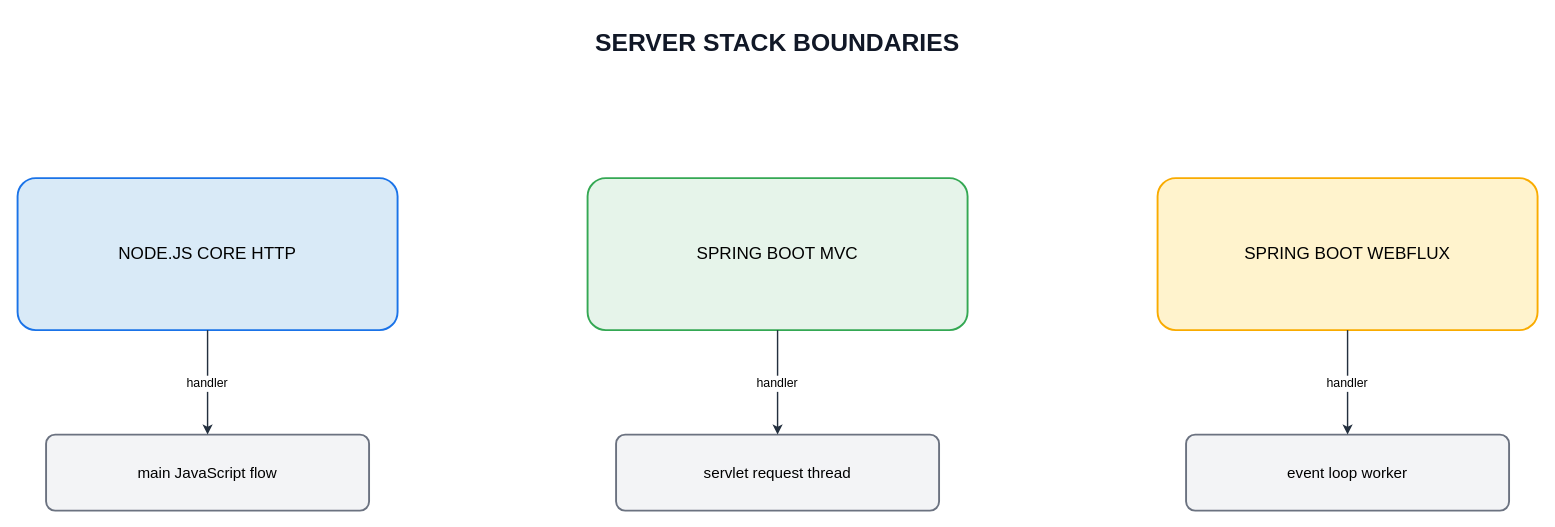
Before: assets/img/server/nodejs-spring-server-stacks.drawio in KKamJi98/kkamji98.github.io, a draw.io diagram. Source tidied: cells renumbered, new cells numbered last; positions are measured from the earlier drawing's top-left corner, leaving out a move shared by most shapes. Both pictures are drawn from the tidied source at 95%, with x=0, y=0 at pixel (17, 16).
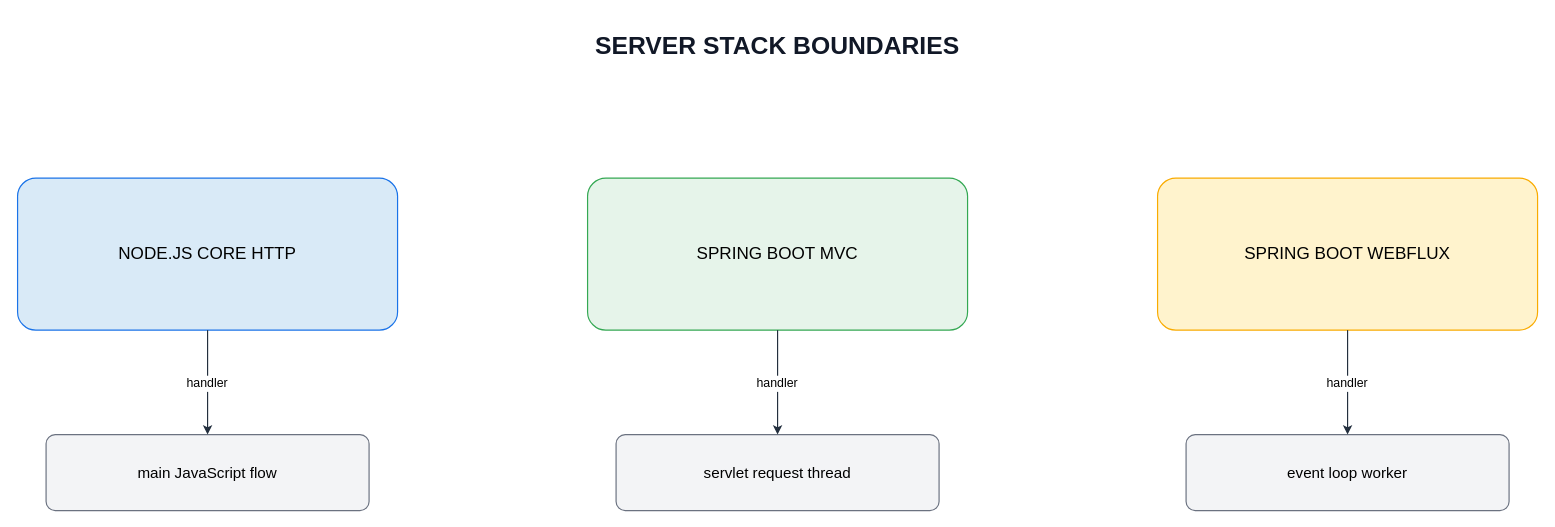
Above is the later version.

Diff of the diagram source:
```diff
@@
 <mxGraphModel>
   <root>
     <mxCell id="0" />
     <mxCell id="1" parent="0" />
     <mxCell id="2" value="SERVER STACK BOUNDARIES" style="fillColor=none;strokeColor=none;fontColor=#111827;fontSize=26;fontStyle=1;align=center;verticalAlign=middle;" parent="1" vertex="1">
-      <mxGeometry x="460" width="680" height="50" as="geometry" />
+      <mxGeometry x="460" width="680" height="55" as="geometry" />
     </mxCell>
-    <mxCell id="3" value="NODE.JS CORE HTTP" style="rounded=1;arcSize=12;whiteSpace=wrap;html=1;fillColor=#D9EAF7;strokeColor=#1A73E8;strokeWidth=2;fontColor=#000000;fontSize=18;align=center;verticalAlign=middle;" parent="1" vertex="1">
+    <mxCell id="3" value="NODE.JS CORE HTTP" style="rounded=1;arcSize=12;whiteSpace=wrap;html=0;fillColor=#D9EAF7;strokeColor=#1A73E8;strokeWidth=1.25;fontColor=#000000;fontSize=18;align=center;verticalAlign=middle;" parent="1" vertex="1">
       <mxGeometry y="170" width="400" height="160" as="geometry" />
     </mxCell>
-    <mxCell id="4" value="SPRING BOOT MVC" style="rounded=1;arcSize=12;whiteSpace=wrap;html=1;fillColor=#E6F4EA;strokeColor=#34A853;strokeWidth=2;fontColor=#000000;fontSize=18;align=center;verticalAlign=middle;" parent="1" vertex="1">
+    <mxCell id="4" value="SPRING BOOT MVC" style="rounded=1;arcSize=12;whiteSpace=wrap;html=0;fillColor=#E6F4EA;strokeColor=#34A853;strokeWidth=1.25;fontColor=#000000;fontSize=18;align=center;verticalAlign=middle;" parent="1" vertex="1">
       <mxGeometry x="600" y="170" width="400" height="160" as="geometry" />
     </mxCell>
-    <mxCell id="5" value="SPRING BOOT WEBFLUX" style="rounded=1;arcSize=12;whiteSpace=wrap;html=1;fillColor=#FFF3CD;strokeColor=#F9AB00;strokeWidth=2;fontColor=#000000;fontSize=18;align=center;verticalAlign=middle;" parent="1" vertex="1">
+    <mxCell id="5" value="SPRING BOOT WEBFLUX" style="rounded=1;arcSize=12;whiteSpace=wrap;html=0;fillColor=#FFF3CD;strokeColor=#F9AB00;strokeWidth=1.25;fontColor=#000000;fontSize=18;align=center;verticalAlign=middle;" parent="1" vertex="1">
       <mxGeometry x="1200" y="170" width="400" height="160" as="geometry" />
     </mxCell>
-    <mxCell id="6" value="main JavaScript flow" style="rounded=1;arcSize=12;whiteSpace=wrap;html=1;fillColor=#F3F4F6;strokeColor=#6B7280;strokeWidth=2;fontColor=#000000;fontSize=16;align=center;verticalAlign=middle;" parent="1" vertex="1">
+    <mxCell id="6" value="main JavaScript flow" style="rounded=1;arcSize=12;whiteSpace=wrap;html=0;fillColor=#F3F4F6;strokeColor=#6B7280;strokeWidth=1.25;fontColor=#000000;fontSize=16;align=center;verticalAlign=middle;" parent="1" vertex="1">
       <mxGeometry x="30" y="440" width="340" height="80" as="geometry" />
     </mxCell>
-    <mxCell id="7" value="servlet request thread" style="rounded=1;arcSize=12;whiteSpace=wrap;html=1;fillColor=#F3F4F6;strokeColor=#6B7280;strokeWidth=2;fontColor=#000000;fontSize=16;align=center;verticalAlign=middle;" parent="1" vertex="1">
+    <mxCell id="7" value="servlet request thread" style="rounded=1;arcSize=12;whiteSpace=wrap;html=0;fillColor=#F3F4F6;strokeColor=#6B7280;strokeWidth=1.25;fontColor=#000000;fontSize=16;align=center;verticalAlign=middle;" parent="1" vertex="1">
       <mxGeometry x="630" y="440" width="340" height="80" as="geometry" />
     </mxCell>
-    <mxCell id="8" value="event loop worker" style="rounded=1;arcSize=12;whiteSpace=wrap;html=1;fillColor=#F3F4F6;strokeColor=#6B7280;strokeWidth=2;fontColor=#000000;fontSize=16;align=center;verticalAlign=middle;" parent="1" vertex="1">
+    <mxCell id="8" value="event loop worker" style="rounded=1;arcSize=12;whiteSpace=wrap;html=0;fillColor=#F3F4F6;strokeColor=#6B7280;strokeWidth=1.25;fontColor=#000000;fontSize=16;align=center;verticalAlign=middle;" parent="1" vertex="1">
       <mxGeometry x="1230" y="440" width="340" height="80" as="geometry" />
     </mxCell>
-    <mxCell id="9" value="handler" style="edgeStyle=orthogonalEdgeStyle;rounded=0;html=0;strokeColor=#232F3E;strokeWidth=1.5;fontColor=#000000;fontSize=13;labelBackgroundColor=#FFFFFF;exitX=0.5;exitY=1;entryX=0.5;entryY=0;" parent="1" edge="1" source="3" target="6">
+    <mxCell id="9" value="handler" style="edgeStyle=orthogonalEdgeStyle;rounded=0;html=0;strokeColor=#232F3E;strokeWidth=1.25;fontColor=#000000;fontSize=13;labelBackgroundColor=#FFFFFF;exitX=0.5;exitY=1;entryX=0.5;entryY=0;" parent="1" edge="1" source="3" target="6">
       <mxGeometry relative="1" as="geometry" />
     </mxCell>
-    <mxCell id="10" value="handler" style="edgeStyle=orthogonalEdgeStyle;rounded=0;html=0;strokeColor=#232F3E;strokeWidth=1.5;fontColor=#000000;fontSize=13;labelBackgroundColor=#FFFFFF;exitX=0.5;exitY=1;entryX=0.5;entryY=0;" parent="1" edge="1" source="4" target="7">
+    <mxCell id="10" value="handler" style="edgeStyle=orthogonalEdgeStyle;rounded=0;html=0;strokeColor=#232F3E;strokeWidth=1.25;fontColor=#000000;fontSize=13;labelBackgroundColor=#FFFFFF;exitX=0.5;exitY=1;entryX=0.5;entryY=0;" parent="1" edge="1" source="4" target="7">
       <mxGeometry relative="1" as="geometry" />
     </mxCell>
-    <mxCell id="11" value="handler" style="edgeStyle=orthogonalEdgeStyle;rounded=0;html=0;strokeColor=#232F3E;strokeWidth=1.5;fontColor=#000000;fontSize=13;labelBackgroundColor=#FFFFFF;exitX=0.5;exitY=1;entryX=0.5;entryY=0;" parent="1" edge="1" source="5" target="8">
+    <mxCell id="11" value="handler" style="edgeStyle=orthogonalEdgeStyle;rounded=0;html=0;strokeColor=#232F3E;strokeWidth=1.25;fontColor=#000000;fontSize=13;labelBackgroundColor=#FFFFFF;exitX=0.5;exitY=1;entryX=0.5;entryY=0;" parent="1" edge="1" source="5" target="8">
       <mxGeometry relative="1" as="geometry" />
     </mxCell>
   </root>
 </mxGraphModel>
```
